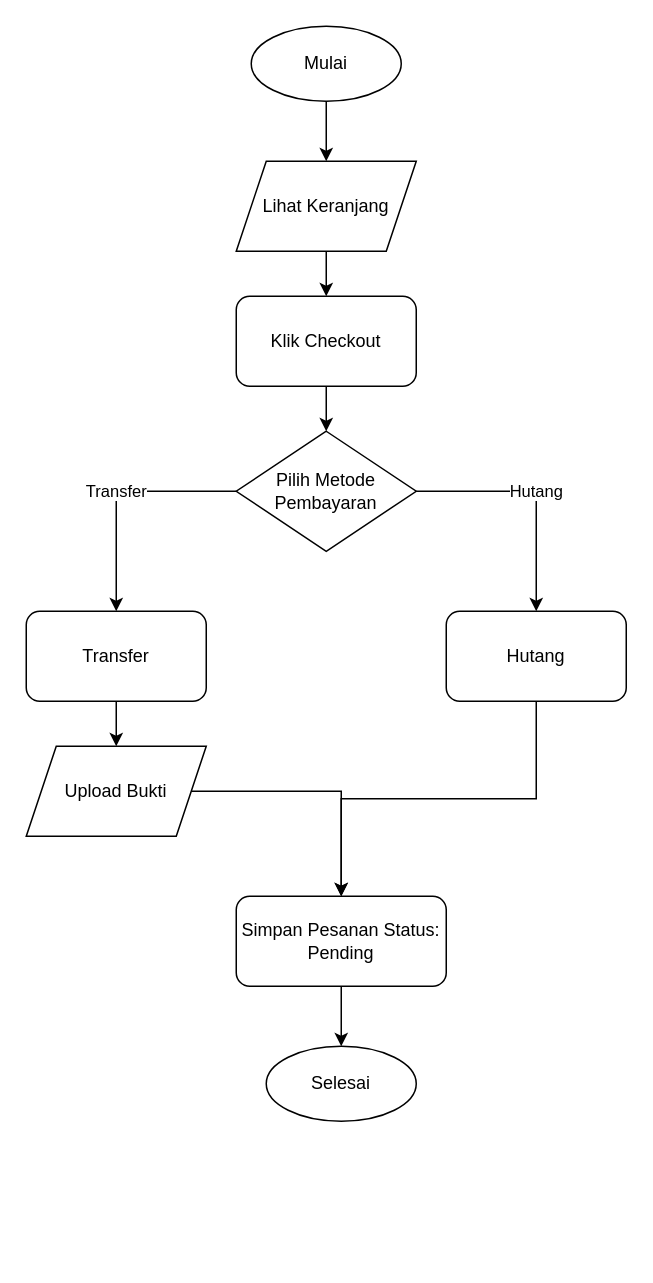
RajaSunrise/ud_zivana keeps this draw.io diagram as diagram/flowchart/06_customer_checkout.drawio. Above is the earlier version. Source tidied: cells renumbered, new cells numbered last; positions are measured from the earlier drawing's top-left corner, leaving out a move shared by most shapes. Both pictures are drawn from the tidied source at 150%, with x=0, y=0 at pixel (26, 26).
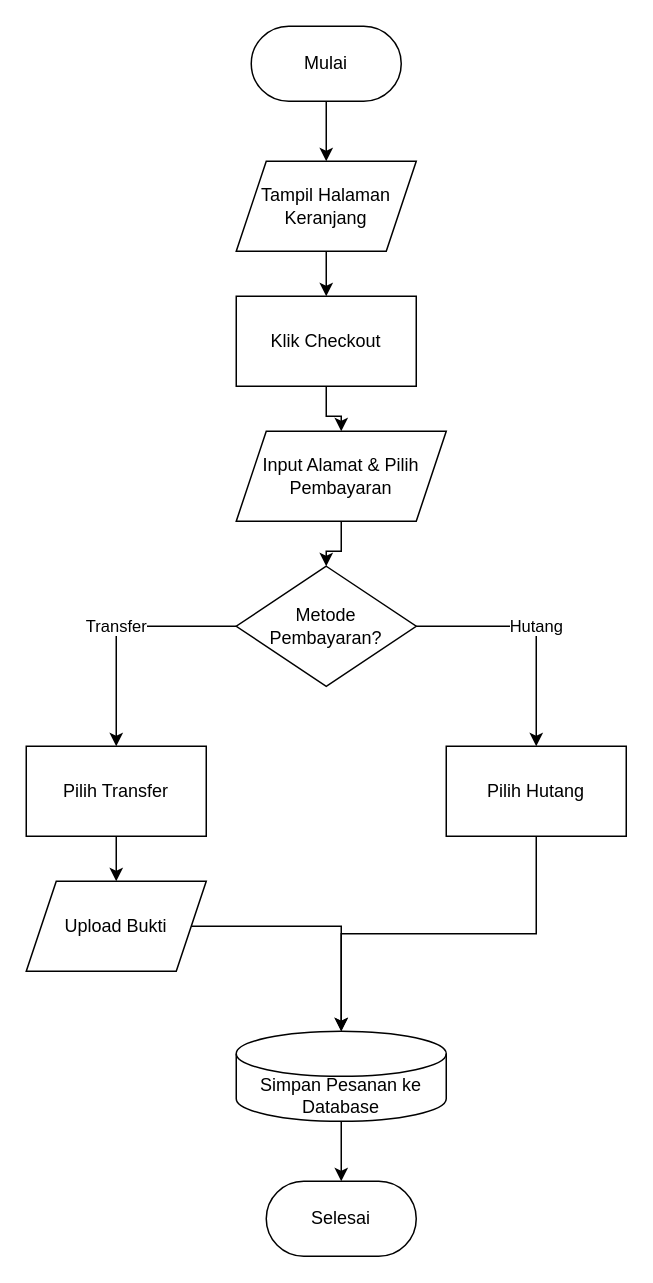
After the change.

Change to the diagram source:
```diff
@@
-    <mxCell id="2" value="Mulai" style="ellipse;whiteSpace=wrap;html=1;" parent="1" vertex="1">
+    <mxCell id="2" value="Mulai" style="rounded=1;whiteSpace=wrap;html=1;arcSize=50;" parent="1" vertex="1">
       <mxGeometry x="150" width="100" height="50" as="geometry" />
     </mxCell>
-    <mxCell id="3" value="Lihat Keranjang" style="shape=parallelogram;perimeter=parallelogramPerimeter;whiteSpace=wrap;html=1;fixedSize=1;" parent="1" vertex="1">
+    <mxCell id="3" value="Tampil Halaman Keranjang" style="shape=parallelogram;perimeter=parallelogramPerimeter;whiteSpace=wrap;html=1;fixedSize=1;" parent="1" vertex="1">
       <mxGeometry x="140" y="90" width="120" height="60" as="geometry" />
     </mxCell>
-    <mxCell id="4" value="Klik Checkout" style="rounded=1;whiteSpace=wrap;html=1;" parent="1" vertex="1">
+    <mxCell id="4" value="Klik Checkout" style="rounded=0;whiteSpace=wrap;html=1;" parent="1" vertex="1">
       <mxGeometry x="140" y="180" width="120" height="60" as="geometry" />
     </mxCell>
-    <mxCell id="5" value="Pilih Metode Pembayaran" style="rhombus;whiteSpace=wrap;html=1;" parent="1" vertex="1">
-      <mxGeometry x="140" y="270" width="120" height="80" as="geometry" />
+    <mxCell id="5" value="Input Alamat &amp; Pilih Pembayaran" style="shape=parallelogram;perimeter=parallelogramPerimeter;whiteSpace=wrap;html=1;fixedSize=1;" parent="1" vertex="1">
+      <mxGeometry x="140" y="270" width="140" height="60" as="geometry" />
     </mxCell>
-    <mxCell id="6" value="Transfer" style="rounded=1;whiteSpace=wrap;html=1;" parent="1" vertex="1">
-      <mxGeometry y="390" width="120" height="60" as="geometry" />
+    <mxCell id="6" value="Metode Pembayaran?" style="rhombus;whiteSpace=wrap;html=1;" parent="1" vertex="1">
+      <mxGeometry x="140" y="360" width="120" height="80" as="geometry" />
     </mxCell>
-    <mxCell id="7" value="Hutang" style="rounded=1;whiteSpace=wrap;html=1;" parent="1" vertex="1">
-      <mxGeometry x="280" y="390" width="120" height="60" as="geometry" />
+    <mxCell id="7" value="Pilih Transfer" style="rounded=0;whiteSpace=wrap;html=1;" parent="1" vertex="1">
+      <mxGeometry y="480" width="120" height="60" as="geometry" />
     </mxCell>
-    <mxCell id="8" value="Upload Bukti" style="shape=parallelogram;perimeter=parallelogramPerimeter;whiteSpace=wrap;html=1;fixedSize=1;" parent="1" vertex="1">
-      <mxGeometry y="480" width="120" height="60" as="geometry" />
+    <mxCell id="8" value="Pilih Hutang" style="rounded=0;whiteSpace=wrap;html=1;" parent="1" vertex="1">
+      <mxGeometry x="280" y="480" width="120" height="60" as="geometry" />
     </mxCell>
-    <mxCell id="9" value="Simpan Pesanan Status: Pending" style="rounded=1;whiteSpace=wrap;html=1;" parent="1" vertex="1">
-      <mxGeometry x="140" y="580" width="140" height="60" as="geometry" />
+    <mxCell id="9" value="Upload Bukti" style="shape=parallelogram;perimeter=parallelogramPerimeter;whiteSpace=wrap;html=1;fixedSize=1;" parent="1" vertex="1">
+      <mxGeometry y="570" width="120" height="60" as="geometry" />
     </mxCell>
-    <mxCell id="10" value="Selesai" style="ellipse;whiteSpace=wrap;html=1;" parent="1" vertex="1">
-      <mxGeometry x="160" y="680" width="100" height="50" as="geometry" />
+    <mxCell id="10" value="Simpan Pesanan ke Database" style="shape=cylinder3;whiteSpace=wrap;html=1;boundedLbl=1;backgroundOutline=1;size=15;" parent="1" vertex="1">
+      <mxGeometry x="140" y="670" width="140" height="60" as="geometry" />
     </mxCell>
-    <mxCell id="11" style="edgeStyle=orthogonalEdgeStyle;rounded=0;jettySize=auto;html=1;" parent="1" edge="1" source="2" target="3">
-      <mxGeometry relative="1" as="geometry" />
+    <mxCell id="11" value="Selesai" style="rounded=1;whiteSpace=wrap;html=1;arcSize=50;" parent="1" vertex="1">
+      <mxGeometry x="160" y="770" width="100" height="50" as="geometry" />
     </mxCell>
-    <mxCell id="12" style="edgeStyle=orthogonalEdgeStyle;rounded=0;jettySize=auto;html=1;" parent="1" edge="1" source="3" target="4">
+    <mxCell id="12" style="edgeStyle=orthogonalEdgeStyle;rounded=0;jettySize=auto;html=1;" parent="1" edge="1" source="2" target="3">
       <mxGeometry relative="1" as="geometry" />
     </mxCell>
-    <mxCell id="13" style="edgeStyle=orthogonalEdgeStyle;rounded=0;jettySize=auto;html=1;" parent="1" edge="1" source="4" target="5">
+    <mxCell id="13" style="edgeStyle=orthogonalEdgeStyle;rounded=0;jettySize=auto;html=1;" parent="1" edge="1" source="3" target="4">
       <mxGeometry relative="1" as="geometry" />
     </mxCell>
-    <mxCell id="14" value="Transfer" style="edgeStyle=orthogonalEdgeStyle;rounded=0;jettySize=auto;html=1;" parent="1" edge="1" source="5" target="6">
+    <mxCell id="14" style="edgeStyle=orthogonalEdgeStyle;rounded=0;jettySize=auto;html=1;" parent="1" edge="1" source="4" target="5">
       <mxGeometry relative="1" as="geometry" />
     </mxCell>
-    <mxCell id="15" value="Hutang" style="edgeStyle=orthogonalEdgeStyle;rounded=0;jettySize=auto;html=1;" parent="1" edge="1" source="5" target="7">
+    <mxCell id="15" style="edgeStyle=orthogonalEdgeStyle;rounded=0;jettySize=auto;html=1;" parent="1" edge="1" source="5" target="6">
       <mxGeometry relative="1" as="geometry" />
     </mxCell>
-    <mxCell id="16" style="edgeStyle=orthogonalEdgeStyle;rounded=0;jettySize=auto;html=1;" parent="1" edge="1" source="6" target="8">
+    <mxCell id="16" value="Transfer" style="edgeStyle=orthogonalEdgeStyle;rounded=0;jettySize=auto;html=1;" parent="1" edge="1" source="6" target="7">
       <mxGeometry relative="1" as="geometry" />
     </mxCell>
-    <mxCell id="17" style="edgeStyle=orthogonalEdgeStyle;rounded=0;jettySize=auto;html=1;" parent="1" edge="1" source="8" target="9">
+    <mxCell id="17" value="Hutang" style="edgeStyle=orthogonalEdgeStyle;rounded=0;jettySize=auto;html=1;" parent="1" edge="1" source="6" target="8">
       <mxGeometry relative="1" as="geometry" />
     </mxCell>
@@
+    <mxCell id="20" style="edgeStyle=orthogonalEdgeStyle;rounded=0;jettySize=auto;html=1;" parent="1" edge="1" source="8" target="10">
+      <mxGeometry relative="1" as="geometry" />
+    </mxCell>
+    <mxCell id="21" style="edgeStyle=orthogonalEdgeStyle;rounded=0;jettySize=auto;html=1;" parent="1" edge="1" source="10" target="11">
+      <mxGeometry relative="1" as="geometry" />
+    </mxCell>
```
